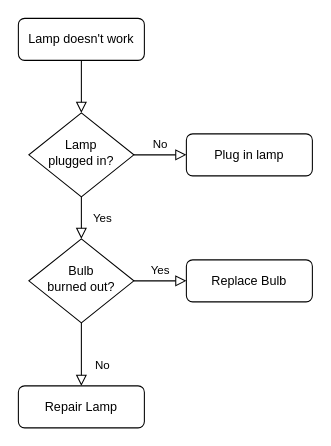
Earlier version of the draw.io diagram 未命名绘图.drawio (lmmqxyx404/png_info). Source tidied: cells renumbered, new cells numbered last; positions are measured from the earlier drawing's top-left corner, leaving out a move shared by most shapes. Both pictures are drawn from the tidied source at 105%, with x=0, y=0 at pixel (18, 18).
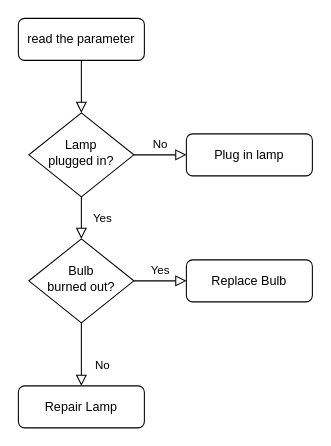
The same page after the edit.

What changed in the source:
```diff
@@
 <mxGraphModel>
   <root>
     <mxCell id="0" />
     <mxCell id="1" parent="0" />
     <mxCell id="2" style="rounded=0;html=1;jettySize=auto;fontSize=11;endArrow=block;endFill=0;endSize=8;strokeWidth=1;shadow=0;labelBackgroundColor=none;edgeStyle=orthogonalEdgeStyle;" parent="1" edge="1" source="3" target="6">
       <mxGeometry relative="1" as="geometry" />
     </mxCell>
-    <mxCell id="3" value="Lamp doesn't work" style="rounded=1;whiteSpace=wrap;html=1;fontSize=12;glass=0;strokeWidth=1;shadow=0;" parent="1" vertex="1">
+    <mxCell id="3" value="read the parameter" style="rounded=1;whiteSpace=wrap;html=1;fontSize=12;glass=0;strokeWidth=1;shadow=0;" parent="1" vertex="1">
       <mxGeometry width="120" height="40" as="geometry" />
     </mxCell>
     <mxCell id="4" value="Yes" style="rounded=0;html=1;jettySize=auto;fontSize=11;endArrow=block;endFill=0;endSize=8;strokeWidth=1;shadow=0;labelBackgroundColor=none;edgeStyle=orthogonalEdgeStyle;" parent="1" edge="1" source="6" target="10">
       <mxGeometry y="20" relative="1" as="geometry" />
     </mxCell>
     <mxCell id="5" value="No" style="edgeStyle=orthogonalEdgeStyle;rounded=0;html=1;jettySize=auto;fontSize=11;endArrow=block;endFill=0;endSize=8;strokeWidth=1;shadow=0;labelBackgroundColor=none;" parent="1" edge="1" source="6" target="7">
       <mxGeometry y="10" relative="1" as="geometry" />
     </mxCell>
     <mxCell id="6" value="Lamp&lt;br&gt;plugged in?" style="rhombus;whiteSpace=wrap;html=1;shadow=0;fontFamily=Helvetica;fontSize=12;align=center;strokeWidth=1;spacing=6;spacingTop=-4;" parent="1" vertex="1">
       <mxGeometry x="10" y="90" width="100" height="80" as="geometry" />
     </mxCell>
     <mxCell id="7" value="Plug in lamp" style="rounded=1;whiteSpace=wrap;html=1;fontSize=12;glass=0;strokeWidth=1;shadow=0;" parent="1" vertex="1">
       <mxGeometry x="160" y="110" width="120" height="40" as="geometry" />
     </mxCell>
     <mxCell id="8" value="No" style="rounded=0;html=1;jettySize=auto;fontSize=11;endArrow=block;endFill=0;endSize=8;strokeWidth=1;shadow=0;labelBackgroundColor=none;edgeStyle=orthogonalEdgeStyle;" parent="1" edge="1" source="10" target="11">
       <mxGeometry x="0.33" y="20" relative="1" as="geometry" />
     </mxCell>
     <mxCell id="9" value="Yes" style="edgeStyle=orthogonalEdgeStyle;rounded=0;html=1;jettySize=auto;fontSize=11;endArrow=block;endFill=0;endSize=8;strokeWidth=1;shadow=0;labelBackgroundColor=none;" parent="1" edge="1" source="10" target="12">
       <mxGeometry y="10" relative="1" as="geometry" />
     </mxCell>
     <mxCell id="10" value="Bulb&lt;br&gt;burned out?" style="rhombus;whiteSpace=wrap;html=1;shadow=0;fontFamily=Helvetica;fontSize=12;align=center;strokeWidth=1;spacing=6;spacingTop=-4;" parent="1" vertex="1">
       <mxGeometry x="10" y="210" width="100" height="80" as="geometry" />
     </mxCell>
     <mxCell id="11" value="Repair Lamp" style="rounded=1;whiteSpace=wrap;html=1;fontSize=12;glass=0;strokeWidth=1;shadow=0;" parent="1" vertex="1">
       <mxGeometry y="350" width="120" height="40" as="geometry" />
     </mxCell>
     <mxCell id="12" value="Replace Bulb" style="rounded=1;whiteSpace=wrap;html=1;fontSize=12;glass=0;strokeWidth=1;shadow=0;" parent="1" vertex="1">
       <mxGeometry x="160" y="230" width="120" height="40" as="geometry" />
     </mxCell>
   </root>
 </mxGraphModel>
```
